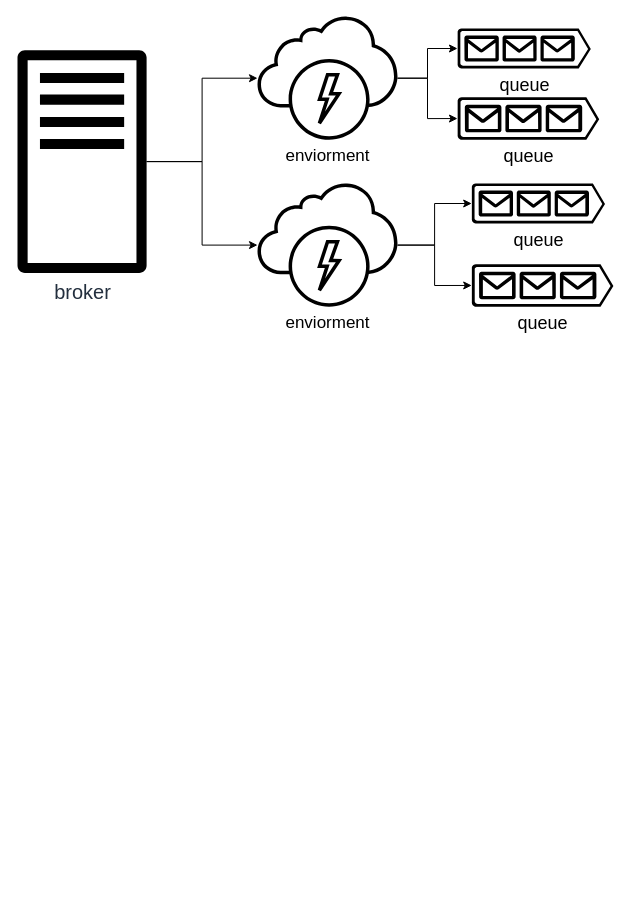
elad57/EmuQ keeps this draw.io diagram as EmuQ.drawio. Above is the earlier version. Source tidied: cells renumbered, new cells numbered last; positions are measured from the earlier drawing's top-left corner, leaving out a move shared by most shapes. Both pictures are drawn from the tidied source at 100%, with x=0, y=0 at pixel (17, 16).
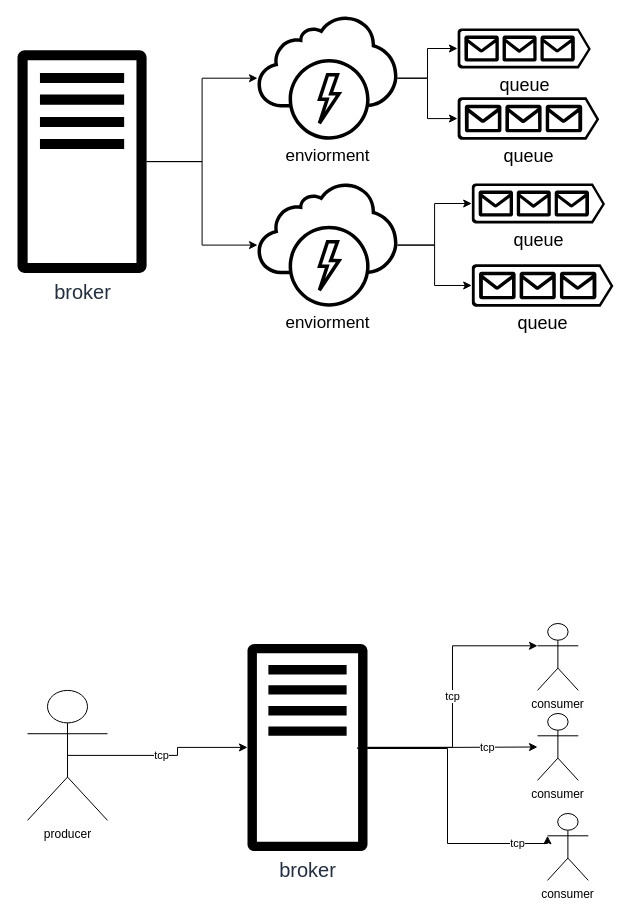
The same diagram, later.

Diff of the diagram source:
```diff
@@
+    <mxCell id="15" value="tcp" style="edgeStyle=orthogonalEdgeStyle;rounded=0;jettySize=auto;html=1;align=left;labelPosition=right;verticalLabelPosition=middle;verticalAlign=middle;" parent="1" edge="1" source="17" target="21">
+      <mxGeometry x="0.3" relative="1" as="geometry" />
+    </mxCell>
+    <mxCell id="16" value="tcp" style="edgeStyle=orthogonalEdgeStyle;rounded=0;jettySize=auto;html=1;entryX=0;entryY=0.3333333333333333;entryDx=0;entryDy=0;entryPerimeter=0;" parent="1" edge="1" target="22">
+      <mxGeometry x="0.74" relative="1" as="geometry">
+        <mxPoint x="340" y="731" as="sourcePoint" />
+        <Array as="points">
+          <mxPoint x="340" y="732" />
+          <mxPoint x="430" y="732" />
+          <mxPoint x="430" y="827" />
+          <mxPoint x="530" y="827" />
+        </Array>
+      </mxGeometry>
+    </mxCell>
+    <mxCell id="17" value="&lt;font style=&quot;font-size: 20px;&quot;&gt;broker&lt;/font&gt;" style="sketch=0;outlineConnect=0;fontColor=#232F3E;gradientColor=none;fillColor=#000000;strokeColor=none;dashed=0;verticalLabelPosition=bottom;verticalAlign=top;align=center;html=1;fontSize=12;fontStyle=0;shape=mxgraph.aws4.traditional_server;" parent="1" vertex="1">
+      <mxGeometry x="230" y="627" width="120" height="208" as="geometry" />
+    </mxCell>
+    <mxCell id="18" value="tcp" style="edgeStyle=orthogonalEdgeStyle;rounded=0;jettySize=auto;html=1;exitX=0.5;exitY=0.5;exitDx=0;exitDy=0;exitPerimeter=0;" parent="1" edge="1" source="19" target="17">
+      <mxGeometry relative="1" as="geometry" />
+    </mxCell>
+    <mxCell id="19" value="producer" style="shape=umlActor;verticalLabelPosition=bottom;verticalAlign=top;html=1;outlineConnect=0;" parent="1" vertex="1">
+      <mxGeometry x="10" y="673.9" width="80" height="130" as="geometry" />
+    </mxCell>
+    <mxCell id="20" value="consumer" style="shape=umlActor;verticalLabelPosition=bottom;verticalAlign=top;html=1;outlineConnect=0;" parent="1" vertex="1">
+      <mxGeometry x="520" y="607" width="40.8" height="66.9" as="geometry" />
+    </mxCell>
+    <mxCell id="21" value="consumer" style="shape=umlActor;verticalLabelPosition=bottom;verticalAlign=top;html=1;outlineConnect=0;" parent="1" vertex="1">
+      <mxGeometry x="520" y="697" width="40.8" height="66.9" as="geometry" />
+    </mxCell>
+    <mxCell id="22" value="consumer" style="shape=umlActor;verticalLabelPosition=bottom;verticalAlign=top;html=1;outlineConnect=0;" parent="1" vertex="1">
+      <mxGeometry x="530" y="797" width="40.8" height="66.9" as="geometry" />
+    </mxCell>
+    <mxCell id="23" value="tcp" style="edgeStyle=orthogonalEdgeStyle;rounded=0;jettySize=auto;html=1;entryX=0;entryY=0.3333333333333333;entryDx=0;entryDy=0;entryPerimeter=0;" parent="1" edge="1" source="17" target="20">
+      <mxGeometry relative="1" as="geometry" />
+    </mxCell>
```
